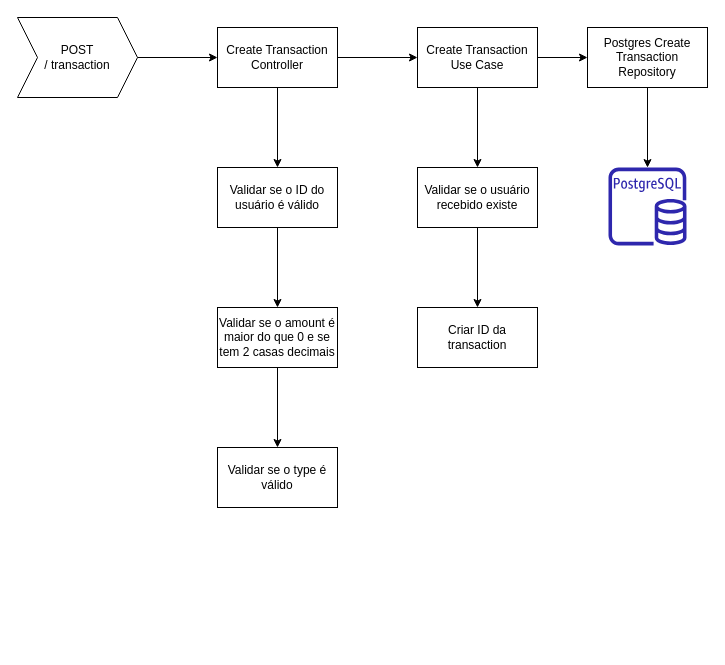
The draw.io diagram page "Rotas transaction" (2 of 2) of diagramaDB.drawio in Ivan-Leonardi/finance-app, before the edit. Source tidied: cells renumbered, new cells numbered last; positions are measured from the earlier drawing's top-left corner, leaving out a move shared by most shapes. Both pictures are drawn from the tidied source at 100%, with x=0, y=0 at pixel (17, 17).
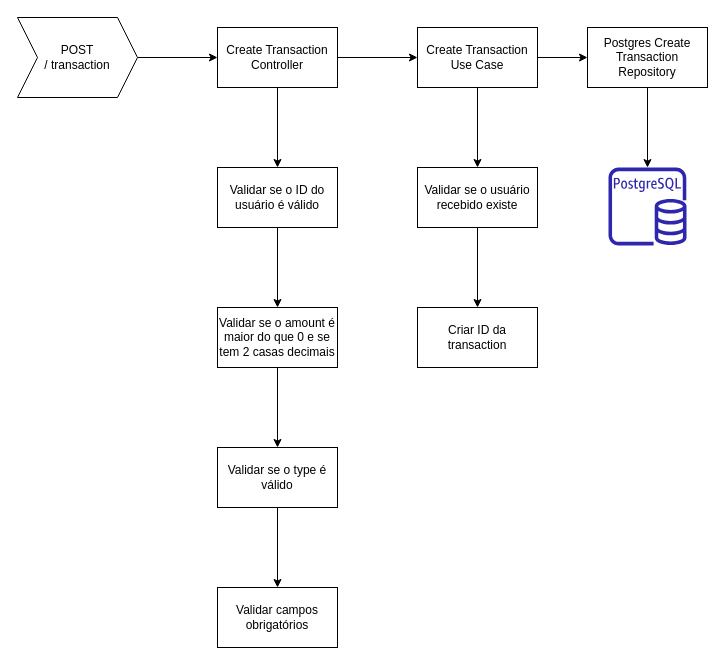
The same diagram, later.

The change refers to these unchanged cells:
```xml
<mxCell id="17" value="Validar se o type é válido" style="whiteSpace=wrap;html=1;" parent="1" vertex="1">
  <mxGeometry x="200" y="430" width="120" height="60" as="geometry" />
</mxCell>
```

The edit, as a diff of the source:
```diff
@@
+    <mxCell id="21" style="edgeStyle=none;html=1;" parent="1" edge="1" source="17" target="22">
+      <mxGeometry relative="1" as="geometry" />
+    </mxCell>
@@
+    <mxCell id="22" value="Validar campos obrigatórios" style="whiteSpace=wrap;html=1;" parent="1" vertex="1">
+      <mxGeometry x="200" y="570" width="120" height="60" as="geometry" />
+    </mxCell>
```
